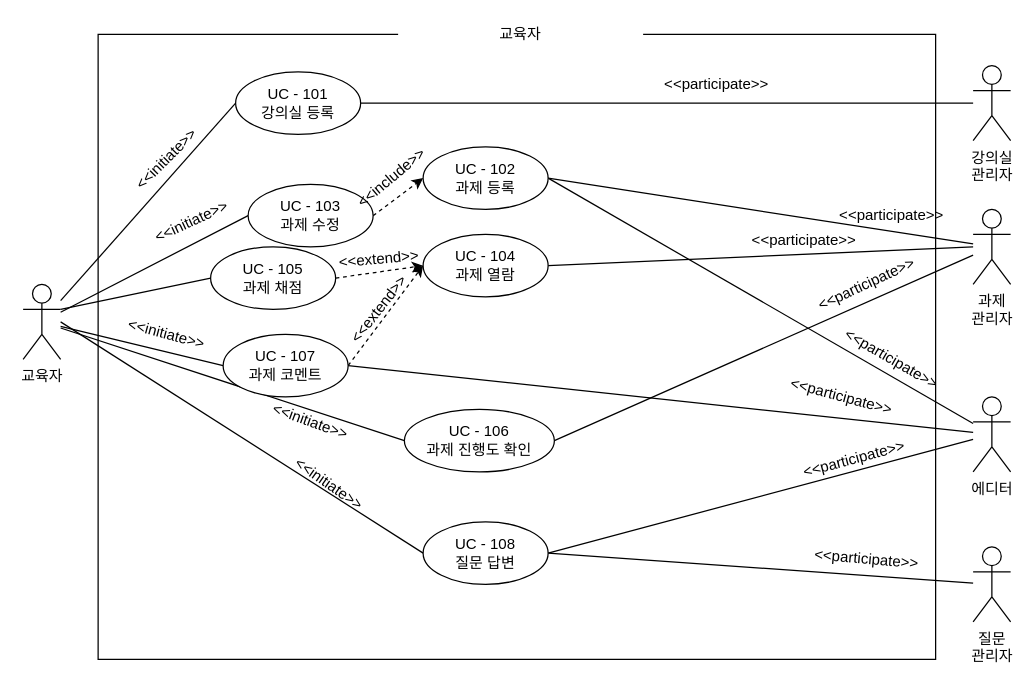
Above: Use Case/Module1_Educator/drawio 파일/교육자 UC.drawio in SSSSEN666789/SPAMS (draw.io), before the change. Source tidied: cells renumbered, new cells numbered last; positions are measured from the earlier drawing's top-left corner, leaving out a move shared by most shapes. Both pictures are drawn from the tidied source at 125%, with x=0, y=0 at pixel (22, 21).
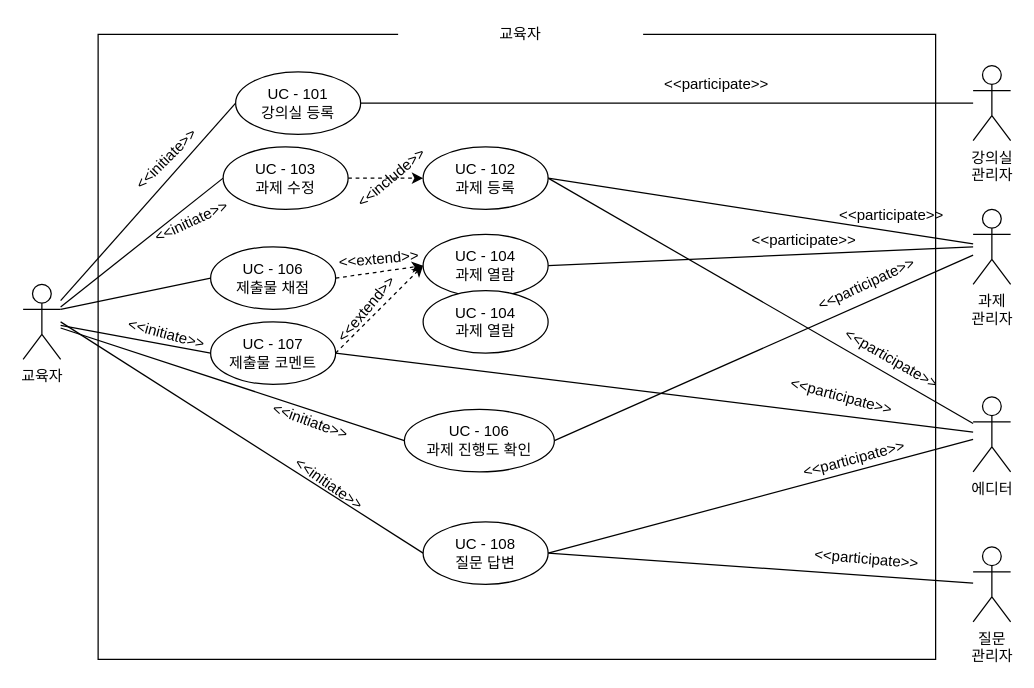
After the change.

The edit, as a diff of the source:
```diff
@@
     <mxCell id="12" value="UC - 103&lt;br&gt;과제 수정" style="ellipse;whiteSpace=wrap;html=1;" parent="1" vertex="1">
-      <mxGeometry x="180" y="130" width="100" height="50" as="geometry" />
+      <mxGeometry x="160" y="100" width="100" height="50" as="geometry" />
     </mxCell>
@@
-    <mxCell id="24" value="UC - 105&lt;br&gt;과제 채점" style="ellipse;whiteSpace=wrap;html=1;" parent="1" vertex="1">
+    <mxCell id="24" value="UC - 106&lt;br&gt;제출물 채점" style="ellipse;whiteSpace=wrap;html=1;" parent="1" vertex="1">
       <mxGeometry x="150" y="180" width="100" height="50" as="geometry" />
     </mxCell>
@@
-    <mxCell id="31" value="UC - 107&lt;br&gt;과제 코멘트" style="ellipse;whiteSpace=wrap;html=1;" parent="1" vertex="1">
-      <mxGeometry x="160" y="250" width="100" height="50" as="geometry" />
+    <mxCell id="31" value="UC - 107&lt;br&gt;제출물 코멘트" style="ellipse;whiteSpace=wrap;html=1;" parent="1" vertex="1">
+      <mxGeometry x="150" y="240" width="100" height="50" as="geometry" />
     </mxCell>
@@
-    <mxCell id="38" value="&amp;lt;&amp;lt;extend&amp;gt;&amp;gt;" style="text;html=1;strokeColor=none;fillColor=none;align=center;verticalAlign=middle;whiteSpace=wrap;rounded=0;rotation=-52;" parent="1" vertex="1">
-      <mxGeometry x="250" y="220" width="70" height="20" as="geometry" />
+    <mxCell id="38" value="&amp;lt;&amp;lt;extend&amp;gt;&amp;gt;" style="text;html=1;strokeColor=none;fillColor=none;align=center;verticalAlign=middle;whiteSpace=wrap;rounded=0;rotation=310;" parent="1" vertex="1">
+      <mxGeometry x="240" y="220" width="70" height="20" as="geometry" />
     </mxCell>
@@
+    <mxCell id="50" value="UC - 104&lt;br&gt;과제 열람" style="ellipse;whiteSpace=wrap;html=1;" parent="1" vertex="1">
+      <mxGeometry x="320" y="215" width="100" height="50" as="geometry" />
+    </mxCell>
```
